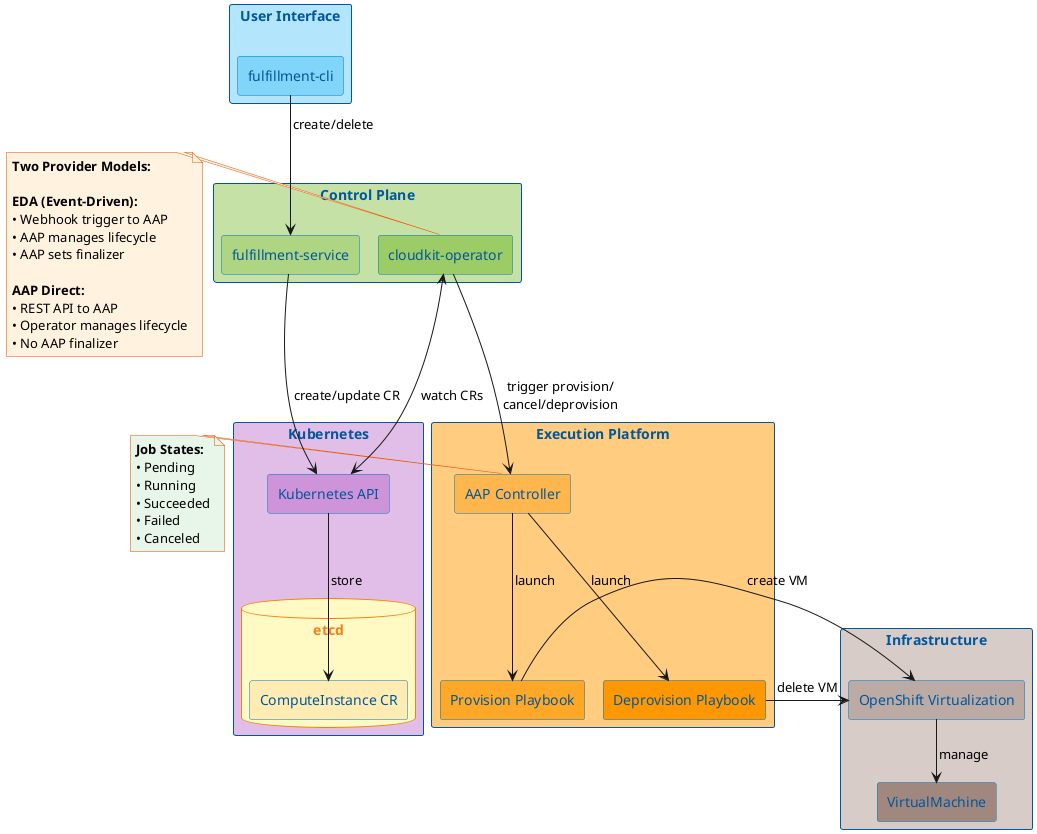
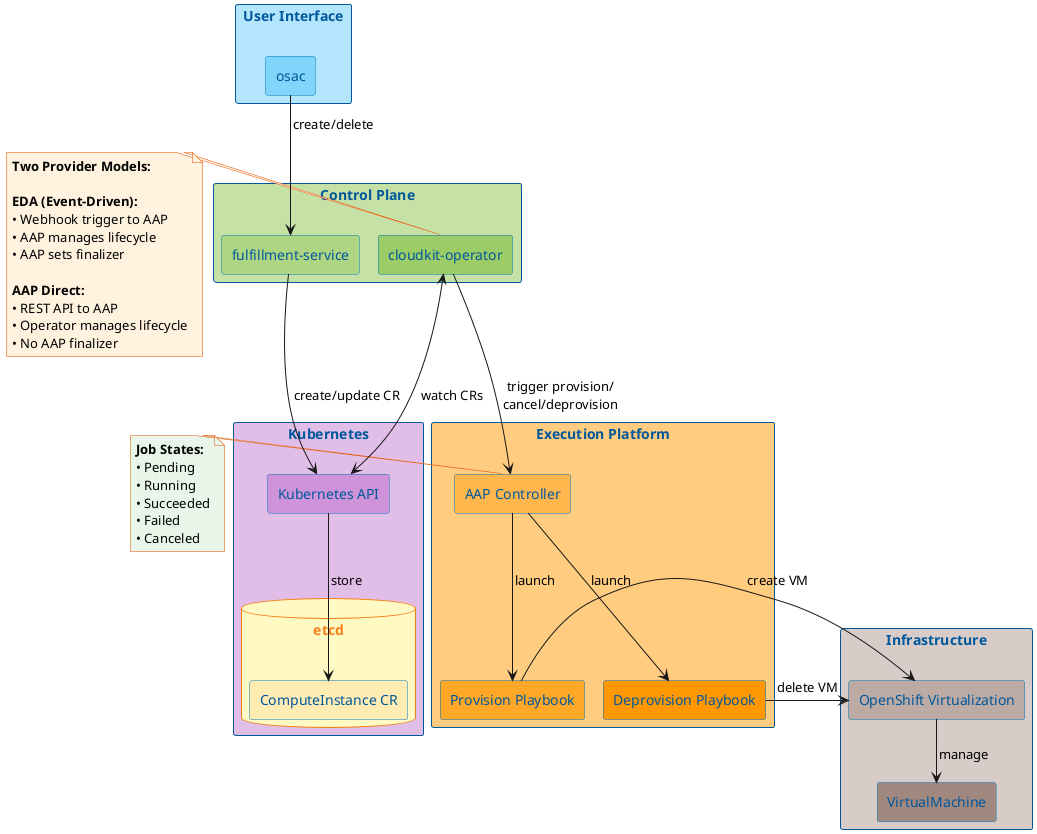
@startuml AAP Direct Model - Component Diagram

!pragma layout smetana
skinparam scale 2
skinparam backgroundColor white
skinparam componentStyle rectangle
skinparam shadowing false
skinparam linetype ortho

' Color scheme with better contrast
skinparam rectangle {
    BackgroundColor #E1F5FE
    BorderColor #01579B
    FontColor #01579B
}

skinparam component {
    BackgroundColor #FFFFFF
    BorderColor #0277BD
    FontColor #01579B
}

skinparam database {
    BackgroundColor #FFF9C4
    BorderColor #F57F17
    FontColor #F57F17
}

skinparam note {
    BackgroundColor #FFF3E0
    BorderColor #E65100
}

rectangle "User Interface" #B3E5FC {
-     component [fulfillment-cli] as CLI #81D4FA
+     component [osac] as CLI #81D4FA
}

rectangle "Control Plane" #C5E1A5 {
    component [fulfillment-service] as Service #AED581
    component [cloudkit-operator] as Operator #9CCC65
}

rectangle "Kubernetes" #E1BEE7 {
    component [Kubernetes API] as K8sAPI #CE93D8
    database "etcd" as ETCD #FFF9C4 {
        component [ComputeInstance CR] as CR #FFECB3
    }
}

rectangle "Execution Platform" #FFCC80 {
    component [AAP Controller] as AAP #FFB74D
    component [Provision Playbook] as ProvPlay #FFA726
    component [Deprovision Playbook] as DeprovPlay #FF9800
}

rectangle "Infrastructure" #D7CCC8 {
    component [OpenShift Virtualization] as OCP #BCAAA4
    component [VirtualMachine] as VM #A1887F
}

CLI -down-> Service : create/delete
Service -down-> K8sAPI : create/update CR
K8sAPI <-right-> Operator : watch CRs
K8sAPI -down-> CR : store
Operator -down-> AAP : trigger provision/\ncancel/deprovision
AAP -down-> ProvPlay : launch
AAP -down-> DeprovPlay : launch
ProvPlay -right-> OCP : create VM
DeprovPlay -right-> OCP : delete VM
OCP -down-> VM : manage

note right of Operator #FFF3E0
  <b>Two Provider Models:</b>

  <b>EDA (Event-Driven):</b>
  • Webhook trigger to AAP
  • AAP manages lifecycle
  • AAP sets finalizer

  <b>AAP Direct:</b>
  • REST API to AAP
  • Operator manages lifecycle
  • No AAP finalizer
end note

note right of AAP #E8F5E9
  <b>Job States:</b>
  • Pending
  • Running
  • Succeeded
  • Failed
  • Canceled
end note

@enduml
